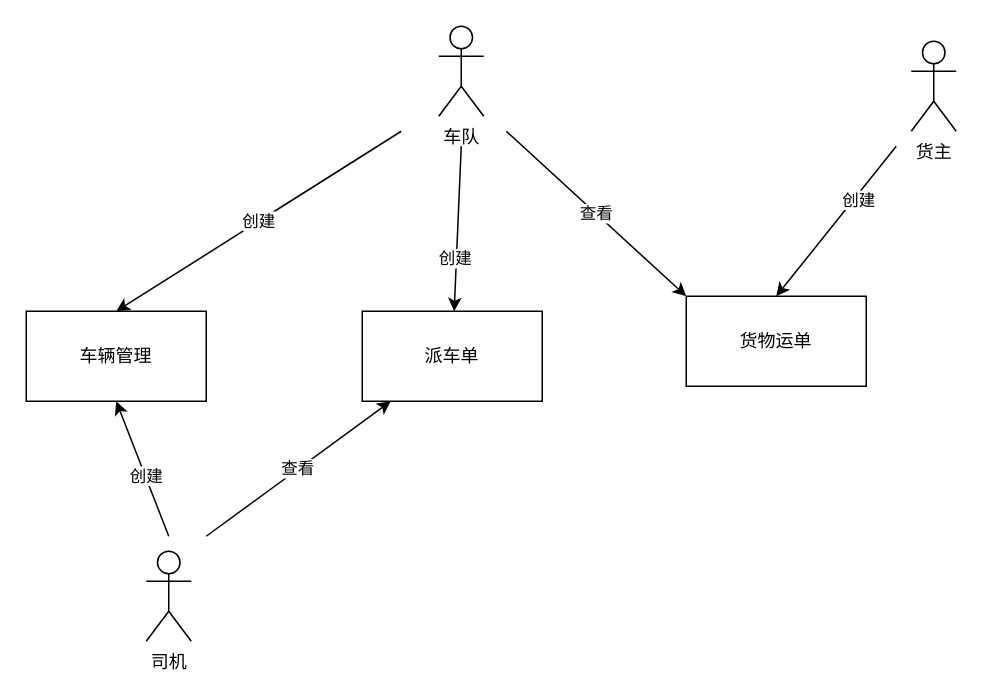
Above: 数字站台.drawio in lipeng260/drawio (draw.io), before the change. Source tidied: cells renumbered, new cells numbered last; positions are measured from the earlier drawing's top-left corner, leaving out a move shared by most shapes. Both pictures are drawn from the tidied source at 150%, with x=0, y=0 at pixel (26, 26).
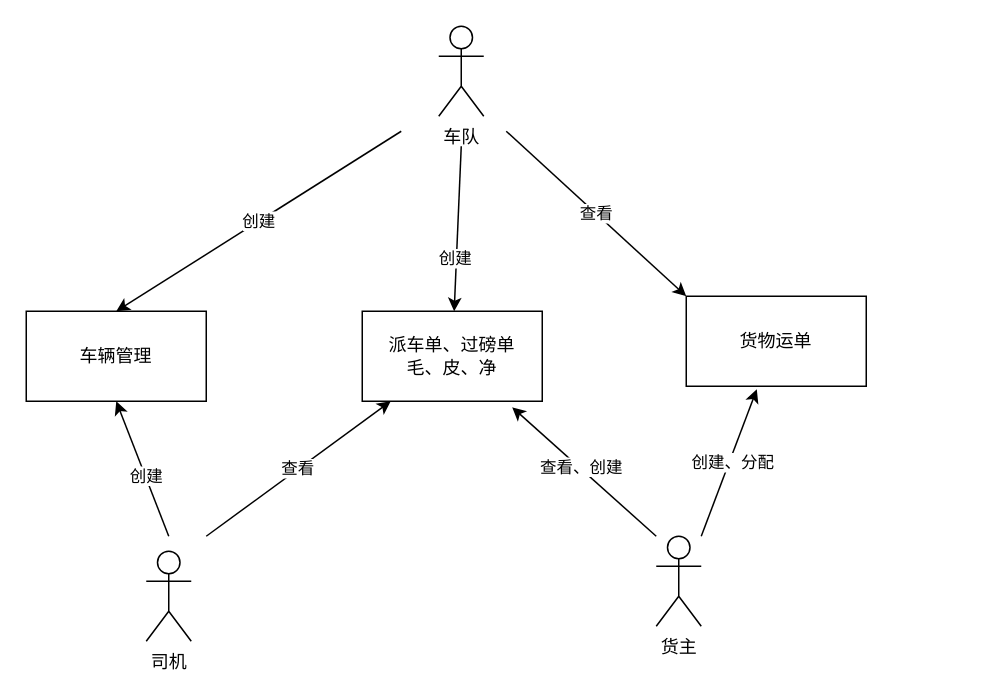
The same page after the edit.

The change refers to these unchanged cells:
```xml
<mxCell id="12" value="货物运单" style="rounded=0;whiteSpace=wrap;html=1;" parent="1" vertex="1">
  <mxGeometry x="440" y="180" width="120" height="60" as="geometry" />
</mxCell>
```

Change to the diagram source:
```diff
@@
-    <mxCell id="2" value="派车单" style="rounded=0;whiteSpace=wrap;html=1;" parent="1" vertex="1">
+    <mxCell id="2" value="派车单、过磅单&lt;br&gt;毛、皮、净" style="rounded=0;whiteSpace=wrap;html=1;" parent="1" vertex="1">
       <mxGeometry x="224" y="190" width="120" height="60" as="geometry" />
     </mxCell>
@@
-    <mxCell id="13" style="rounded=0;jettySize=auto;html=1;entryX=0.5;entryY=0;entryDx=0;entryDy=0;" parent="1" edge="1" target="12">
+    <mxCell id="13" style="rounded=0;jettySize=auto;html=1;entryX=0.392;entryY=1.033;entryDx=0;entryDy=0;entryPerimeter=0;" parent="1" edge="1" target="12">
       <mxGeometry relative="1" as="geometry">
-        <mxPoint x="580" y="80" as="sourcePoint" />
+        <mxPoint x="450" y="340" as="sourcePoint" />
       </mxGeometry>
     </mxCell>
-    <mxCell id="14" value="创建" style="edgeLabel;html=1;align=center;verticalAlign=middle;" parent="13" vertex="1">
-      <mxGeometry x="-0.31" y="2" relative="1" as="geometry" />
+    <mxCell id="14" value="创建、分配" style="edgeLabel;html=1;align=center;verticalAlign=middle;" parent="13" vertex="1">
+      <mxGeometry x="-0.31" y="2" relative="1" as="geometry">
+        <mxPoint x="9.2" y="-15.6" as="offset" />
+      </mxGeometry>
     </mxCell>
+    <mxCell id="17" style="edgeStyle=none;rounded=0;jettySize=auto;html=1;entryX=0.833;entryY=1.067;entryDx=0;entryDy=0;entryPerimeter=0;" parent="1" edge="1" target="2">
+      <mxGeometry relative="1" as="geometry">
+        <mxPoint x="420" y="340" as="sourcePoint" />
+      </mxGeometry>
+    </mxCell>
+    <mxCell id="18" value="查看、创建" style="edgeLabel;html=1;align=center;verticalAlign=middle;" parent="17" vertex="1">
+      <mxGeometry x="0.05" relative="1" as="geometry">
+        <mxPoint y="-1" as="offset" />
+      </mxGeometry>
+    </mxCell>
     <mxCell id="15" value="货主" style="shape=umlActor;verticalLabelPosition=bottom;verticalAlign=top;html=1;" parent="1" vertex="1">
-      <mxGeometry x="590" y="10" width="30" height="60" as="geometry" />
+      <mxGeometry x="420" y="340" width="30" height="60" as="geometry" />
     </mxCell>
```
